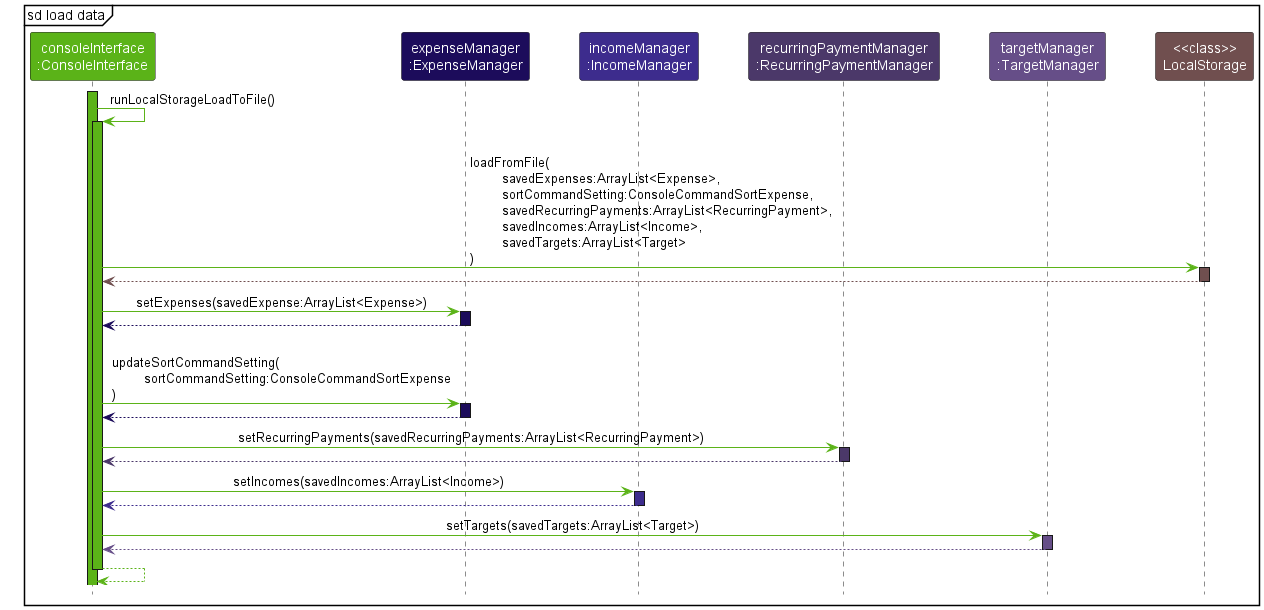
Earlier version of the PlantUML export docs/images/ImplementationSDLoadData.png (nus-cs2113-AY2223S1/tp). Source of this version:
```plantuml
@startuml
!include https://raw.githubusercontent.com/xzynos/tp/branch-Webpage/docs/diagrams/Styles.puml

skinparam noteTextAlignment left

mainframe sd load data
Participant "consoleInterface\n:ConsoleInterface" as consoleInterface USER_INTERFACE_COLOR_1
Participant "expenseManager\n:ExpenseManager" as expenseManager DATA_COLOR_1
Participant "incomeManager\n:IncomeManager" as incomeManager DATA_COLOR_2
Participant "recurringPaymentManager\n:RecurringPaymentManager" as recurringPaymentManager DATA_COLOR_3
Participant "targetManager\n:TargetManager" as targetManager DATA_COLOR_4

Participant "<<class>>\nLocalStorage" as LocalStorage STORAGE_COLOR_1

activate consoleInterface USER_INTERFACE_COLOR_1

consoleInterface -[USER_INTERFACE_COLOR_1]> consoleInterface : runLocalStorageLoadToFile()
activate consoleInterface USER_INTERFACE_COLOR_1

consoleInterface -[USER_INTERFACE_COLOR_1]> LocalStorage : \lloadFromFile(\n\tsavedExpenses:ArrayList<Expense>,\n\tsortCommandSetting:ConsoleCommandSortExpense,\n\tsavedRecurringPayments:ArrayList<RecurringPayment>,\n\tsavedIncomes:ArrayList<Income>,\n\tsavedTargets:ArrayList<Target>\n)
activate LocalStorage STORAGE_COLOR_1

LocalStorage --[STORAGE_COLOR_1]> consoleInterface
deactivate LocalStorage

consoleInterface -[USER_INTERFACE_COLOR_1]> expenseManager : setExpenses(savedExpense:ArrayList<Expense>)
activate expenseManager DATA_COLOR_1

expenseManager --[DATA_COLOR_1]> consoleInterface
deactivate expenseManager

consoleInterface -[USER_INTERFACE_COLOR_1]> expenseManager : \lupdateSortCommandSetting(\n\tsortCommandSetting:ConsoleCommandSortExpense\n)
activate expenseManager DATA_COLOR_1

expenseManager --[DATA_COLOR_1]> consoleInterface
deactivate expenseManager

consoleInterface -[USER_INTERFACE_COLOR_1]> recurringPaymentManager : setRecurringPayments(savedRecurringPayments:ArrayList<RecurringPayment>)
activate recurringPaymentManager DATA_COLOR_3

recurringPaymentManager --[DATA_COLOR_3]> consoleInterface
deactivate recurringPaymentManager

consoleInterface -[USER_INTERFACE_COLOR_1]> incomeManager : setIncomes(savedIncomes:ArrayList<Income>)
activate incomeManager DATA_COLOR_2

incomeManager --[DATA_COLOR_2]> consoleInterface
deactivate incomeManager

consoleInterface -[USER_INTERFACE_COLOR_1]> targetManager : setTargets(savedTargets:ArrayList<Target>)
activate targetManager DATA_COLOR_4

targetManager --[DATA_COLOR_4]> consoleInterface
deactivate targetManager

consoleInterface --[USER_INTERFACE_COLOR_1]> consoleInterface
deactivate consoleInterface
@enduml
```
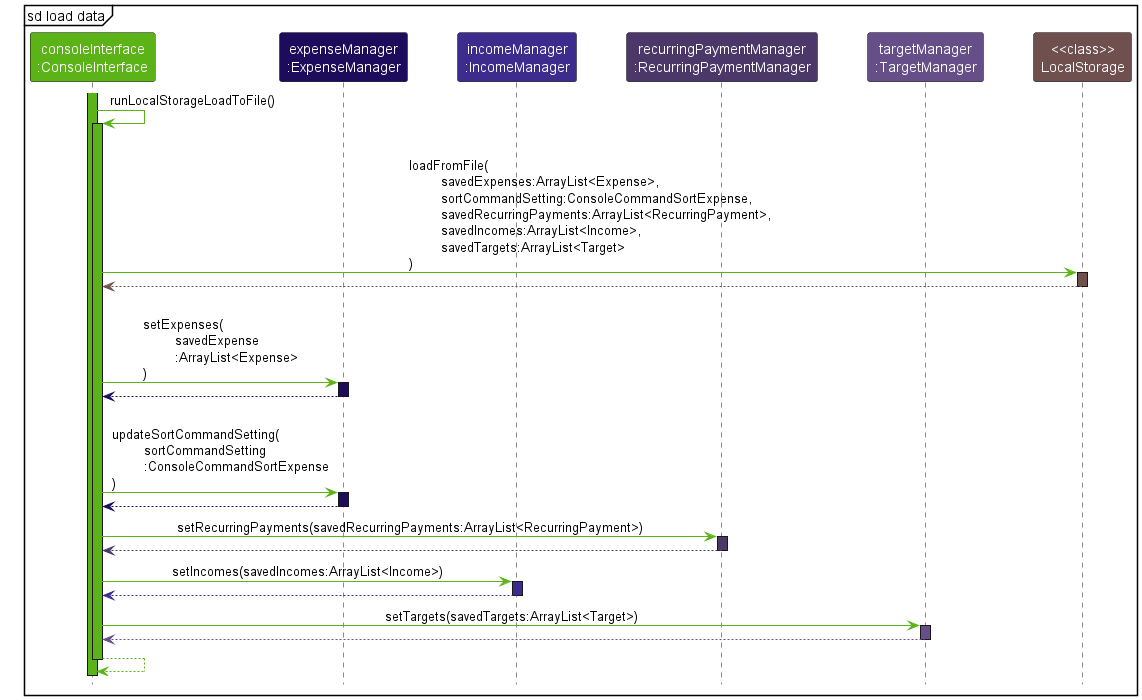
Above is the later version.

Change to the diagram source:
```diff
@@ -1,5 +1,5 @@
 @startuml
-!include https://raw.githubusercontent.com/xzynos/tp/branch-Webpage/docs/diagrams/Styles.puml
+!include Styles.puml
 
 skinparam noteTextAlignment left
 
@@ -23,13 +23,13 @@
 LocalStorage --[STORAGE_COLOR_1]> consoleInterface
 deactivate LocalStorage
 
-consoleInterface -[USER_INTERFACE_COLOR_1]> expenseManager : setExpenses(savedExpense:ArrayList<Expense>)
+consoleInterface -[USER_INTERFACE_COLOR_1]> expenseManager : \lsetExpenses(\n\tsavedExpense\n\t:ArrayList<Expense>\n)
 activate expenseManager DATA_COLOR_1
 
 expenseManager --[DATA_COLOR_1]> consoleInterface
 deactivate expenseManager
 
-consoleInterface -[USER_INTERFACE_COLOR_1]> expenseManager : \lupdateSortCommandSetting(\n\tsortCommandSetting:ConsoleCommandSortExpense\n)
+consoleInterface -[USER_INTERFACE_COLOR_1]> expenseManager : \lupdateSortCommandSetting(\n\tsortCommandSetting\n\t:ConsoleCommandSortExpense\n)
 activate expenseManager DATA_COLOR_1
 
 expenseManager --[DATA_COLOR_1]> consoleInterface
```
